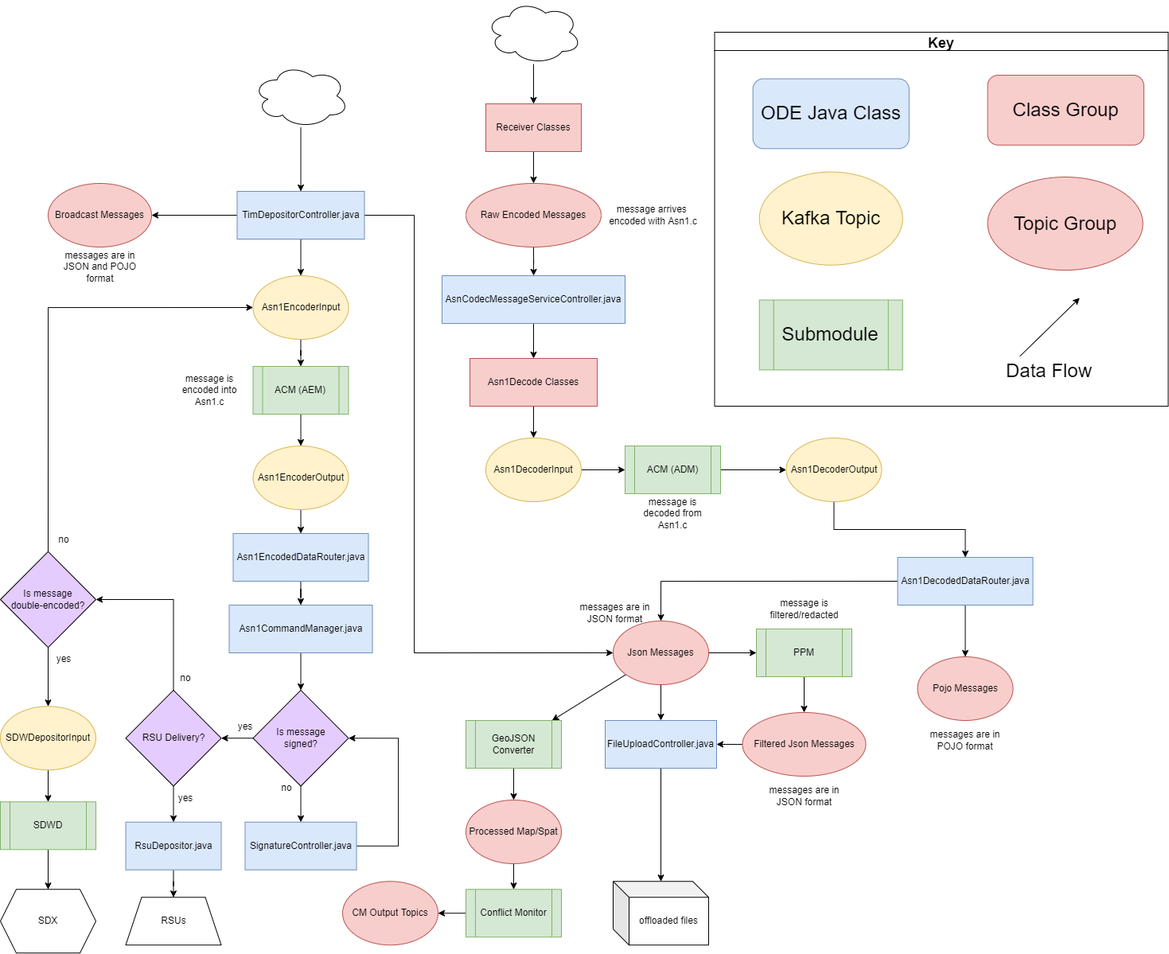
Before: docs/data-flow-diagrams/ODE Data Flow Overview.drawio.png, a diagram exported from draw.io (usdot-jpo-ode/jpo-ode). Source tidied: cells renumbered, new cells last; positions are measured from the earlier drawing's top-left corner, leaving out a move shared by most shapes.
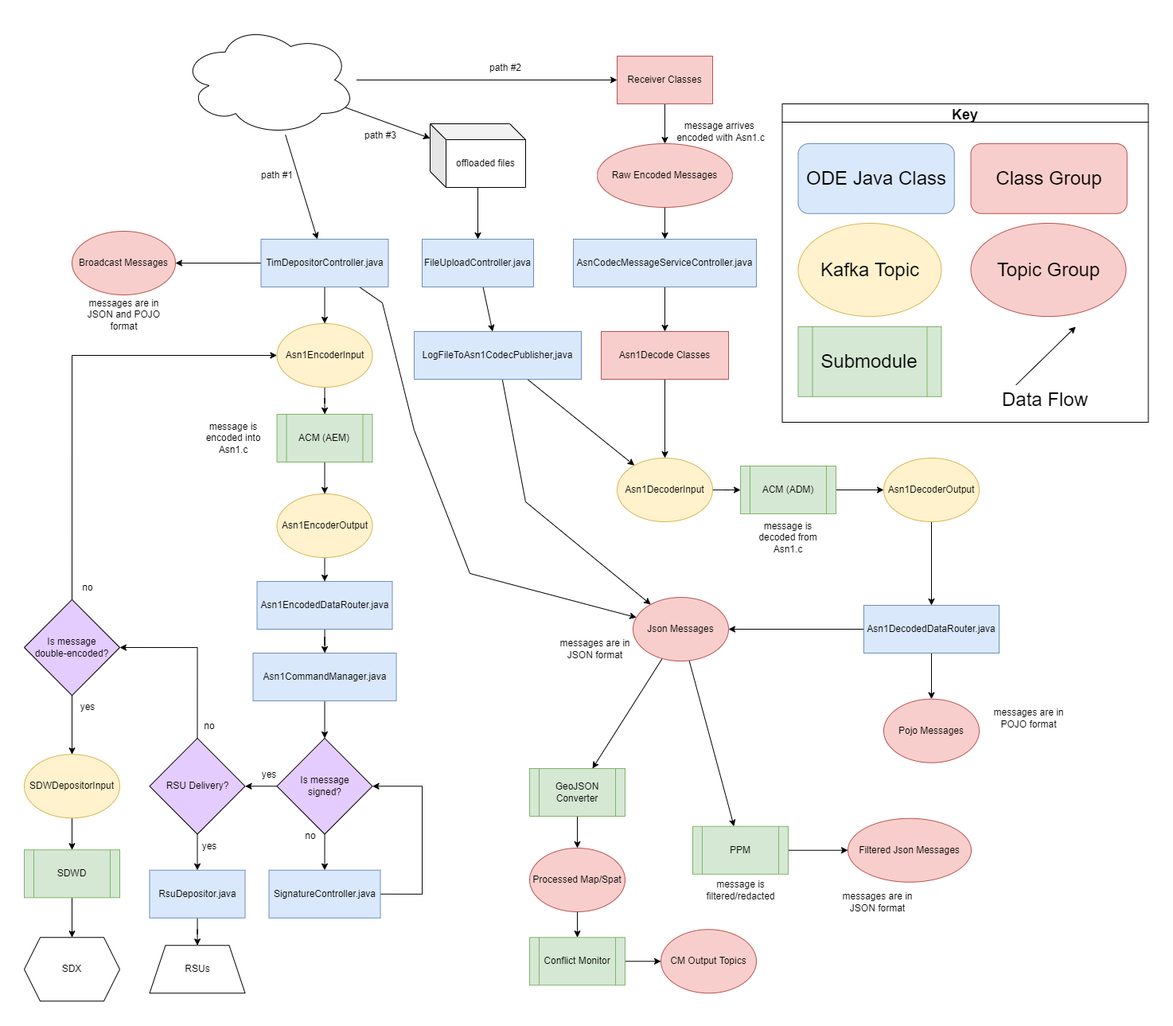
After the commit.

Commit message:
Updated data flow overview diagram to reflect 'offloaded files' input path

The edit, as a diff of the source:
```diff
@@ -4,3 +4,3 @@
     <mxCell id="1" parent="0" />
-    <mxCell id="2" style="edgeStyle=orthogonalEdgeStyle;rounded=0;jettySize=auto;html=1;entryX=0.5;entryY=0;entryDx=0;entryDy=0;exitX=0;exitY=0.5;exitDx=0;exitDy=0;" parent="1" edge="1" source="4" target="25">
+    <mxCell id="2" style="edgeStyle=orthogonalEdgeStyle;rounded=0;jettySize=auto;html=1;exitX=0;exitY=0.5;exitDx=0;exitDy=0;" parent="1" edge="1" source="4" target="25">
       <mxGeometry relative="1" as="geometry" />
@@ -11,5 +11,5 @@
     <mxCell id="4" value="Asn1DecodedDataRouter.java" style="rounded=0;whiteSpace=wrap;html=1;fillColor=#dae8fc;strokeColor=#6c8ebf;" parent="1" vertex="1">
-      <mxGeometry x="1127.5" y="700" width="170" height="60" as="geometry" />
+      <mxGeometry x="1055" y="700" width="170" height="60" as="geometry" />
     </mxCell>
-    <mxCell id="5" style="edgeStyle=orthogonalEdgeStyle;rounded=0;jettySize=auto;html=1;entryX=0;entryY=0.5;entryDx=0;entryDy=0;" parent="1" edge="1" source="6" target="12">
+    <mxCell id="5" style="edgeStyle=orthogonalEdgeStyle;rounded=0;jettySize=auto;html=1;" parent="1" edge="1" source="6" target="12">
       <mxGeometry relative="1" as="geometry" />
@@ -17,3 +17,3 @@
     <mxCell id="6" value="ACM (ADM)" style="shape=process;whiteSpace=wrap;html=1;backgroundOutline=1;fillColor=#d5e8d4;strokeColor=#82b366;" parent="1" vertex="1">
-      <mxGeometry x="785" y="560" width="120" height="60" as="geometry" />
+      <mxGeometry x="900" y="525" width="120" height="60" as="geometry" />
     </mxCell>
@@ -23,3 +23,3 @@
     <mxCell id="8" value="AsnCodecMessageServiceController.java" style="rounded=0;whiteSpace=wrap;html=1;fillColor=#dae8fc;strokeColor=#6c8ebf;" parent="1" vertex="1">
-      <mxGeometry x="555" y="346" width="230" height="60" as="geometry" />
+      <mxGeometry x="690" y="240" width="230" height="60" as="geometry" />
     </mxCell>
@@ -29,3 +29,3 @@
     <mxCell id="10" value="Asn1DecoderInput" style="ellipse;whiteSpace=wrap;html=1;fillColor=#fff2cc;strokeColor=#d6b656;" parent="1" vertex="1">
-      <mxGeometry x="610" y="550" width="120" height="80" as="geometry" />
+      <mxGeometry x="745" y="515" width="120" height="80" as="geometry" />
     </mxCell>
@@ -35,9 +35,9 @@
     <mxCell id="12" value="Asn1DecoderOutput" style="ellipse;whiteSpace=wrap;html=1;fillColor=#fff2cc;strokeColor=#d6b656;" parent="1" vertex="1">
-      <mxGeometry x="987.5" y="550" width="120" height="80" as="geometry" />
+      <mxGeometry x="1080" y="515" width="120" height="80" as="geometry" />
     </mxCell>
-    <mxCell id="13" style="edgeStyle=orthogonalEdgeStyle;rounded=0;jettySize=auto;html=1;" parent="1" edge="1" source="14" target="73">
-      <mxGeometry relative="1" as="geometry" />
-    </mxCell>
+    <mxCell id="98" style="rounded=0;jettySize=auto;html=1;" parent="1" edge="1" source="14" target="107">
+      <mxGeometry relative="1" as="geometry" />
+    </mxCell>
     <mxCell id="14" value="FileUploadController.java" style="rounded=0;whiteSpace=wrap;html=1;fillColor=#dae8fc;strokeColor=#6c8ebf;" parent="1" vertex="1">
-      <mxGeometry x="760" y="905" width="140" height="60" as="geometry" />
+      <mxGeometry x="500" y="240" width="140" height="60" as="geometry" />
     </mxCell>
@@ -47,3 +47,3 @@
     <mxCell id="16" value="Receiver Classes" style="rounded=0;whiteSpace=wrap;html=1;fillColor=#f8cecc;strokeColor=#b85450;" parent="1" vertex="1">
-      <mxGeometry x="610" y="130" width="120" height="60" as="geometry" />
+      <mxGeometry x="745" y="10" width="120" height="60" as="geometry" />
     </mxCell>
@@ -53,5 +53,5 @@
     <mxCell id="18" value="Raw Encoded Messages" style="ellipse;whiteSpace=wrap;html=1;fillColor=#f8cecc;strokeColor=#b85450;" parent="1" vertex="1">
-      <mxGeometry x="585" y="230" width="170" height="80" as="geometry" />
+      <mxGeometry x="720" y="120" width="170" height="80" as="geometry" />
     </mxCell>
-    <mxCell id="19" style="edgeStyle=orthogonalEdgeStyle;rounded=0;jettySize=auto;html=1;entryX=0.5;entryY=0;entryDx=0;entryDy=0;" parent="1" edge="1" source="20" target="10">
+    <mxCell id="19" style="rounded=0;jettySize=auto;html=1;" parent="1" edge="1" source="20" target="10">
       <mxGeometry relative="1" as="geometry" />
@@ -59,13 +59,10 @@
     <mxCell id="20" value="Asn1Decode Classes" style="rounded=0;whiteSpace=wrap;html=1;fillColor=#f8cecc;strokeColor=#b85450;" parent="1" vertex="1">
-      <mxGeometry x="590" y="450" width="160" height="60" as="geometry" />
+      <mxGeometry x="725" y="356" width="160" height="60" as="geometry" />
     </mxCell>
     <mxCell id="21" value="Pojo Messages" style="ellipse;whiteSpace=wrap;html=1;fillColor=#f8cecc;strokeColor=#b85450;" parent="1" vertex="1">
-      <mxGeometry x="1152.5" y="825" width="120" height="80" as="geometry" />
+      <mxGeometry x="1080" y="817.8" width="120" height="80" as="geometry" />
     </mxCell>
-    <mxCell id="22" style="edgeStyle=orthogonalEdgeStyle;rounded=0;jettySize=auto;html=1;" parent="1" edge="1" source="25" target="31">
+    <mxCell id="22" style="rounded=0;jettySize=auto;html=1;" parent="1" edge="1" source="25" target="31">
       <mxGeometry relative="1" as="geometry" />
     </mxCell>
-    <mxCell id="23" style="edgeStyle=orthogonalEdgeStyle;rounded=0;jettySize=auto;html=1;" parent="1" edge="1" source="25" target="14">
-      <mxGeometry relative="1" as="geometry" />
-    </mxCell>
     <mxCell id="24" style="rounded=0;jettySize=auto;html=1;" parent="1" edge="1" source="25" target="92">
@@ -74,3 +71,3 @@
     <mxCell id="25" value="Json Messages" style="ellipse;whiteSpace=wrap;html=1;fillColor=#f8cecc;strokeColor=#b85450;" parent="1" vertex="1">
-      <mxGeometry x="770" y="780" width="120" height="80" as="geometry" />
+      <mxGeometry x="765" y="690" width="120" height="80" as="geometry" />
     </mxCell>
@@ -82,7 +79,8 @@
     </mxCell>
-    <mxCell id="28" style="edgeStyle=orthogonalEdgeStyle;rounded=0;jettySize=auto;html=1;entryX=0;entryY=0.5;entryDx=0;entryDy=0;exitX=1;exitY=0.5;exitDx=0;exitDy=0;" parent="1" edge="1" source="29" target="25">
+    <mxCell id="28" style="rounded=0;jettySize=auto;html=1;" parent="1" edge="1" source="29" target="25">
       <mxGeometry relative="1" as="geometry">
         <Array as="points">
-          <mxPoint x="520" y="270" />
-          <mxPoint x="520" y="820" />
+          <mxPoint x="450" y="320" />
+          <mxPoint x="490" y="480" />
+          <mxPoint x="560" y="660" />
         </Array>
@@ -97,9 +95,6 @@
     <mxCell id="31" value="PPM" style="shape=process;whiteSpace=wrap;html=1;backgroundOutline=1;fillColor=#d5e8d4;strokeColor=#82b366;" parent="1" vertex="1">
-      <mxGeometry x="950" y="790" width="120" height="60" as="geometry" />
+      <mxGeometry x="840" y="977.8" width="120" height="60" as="geometry" />
     </mxCell>
-    <mxCell id="32" style="edgeStyle=orthogonalEdgeStyle;rounded=0;jettySize=auto;html=1;" parent="1" edge="1" source="33" target="14">
-      <mxGeometry relative="1" as="geometry" />
-    </mxCell>
     <mxCell id="33" value="Filtered Json Messages" style="ellipse;whiteSpace=wrap;html=1;fillColor=#f8cecc;strokeColor=#b85450;" parent="1" vertex="1">
-      <mxGeometry x="932.5" y="895" width="155" height="80" as="geometry" />
+      <mxGeometry x="1035" y="967.8" width="155" height="80" as="geometry" />
     </mxCell>
@@ -147,8 +142,2 @@
     </mxCell>
-    <mxCell id="48" style="edgeStyle=orthogonalEdgeStyle;rounded=0;jettySize=auto;html=1;" parent="1" edge="1" source="49" target="16">
-      <mxGeometry relative="1" as="geometry" />
-    </mxCell>
-    <mxCell id="49" style="ellipse;shape=cloud;whiteSpace=wrap;html=1;" parent="1" vertex="1">
-      <mxGeometry x="610" width="120" height="80" as="geometry" />
-    </mxCell>
     <mxCell id="50" value="Broadcast Messages" style="ellipse;whiteSpace=wrap;html=1;fillColor=#f8cecc;strokeColor=#b85450;" parent="1" vertex="1">
@@ -157,9 +146,9 @@
     <mxCell id="51" value="message arrives &lt;br&gt;encoded with Asn1.c" style="text;html=1;align=center;verticalAlign=middle;strokeColor=none;fillColor=none;" parent="1" vertex="1">
-      <mxGeometry x="755" y="255" width="130" height="30" as="geometry" />
+      <mxGeometry x="810" y="90" width="130" height="30" as="geometry" />
     </mxCell>
     <mxCell id="52" value="message is decoded from Asn1.c" style="text;html=1;strokeColor=none;fillColor=none;align=center;verticalAlign=middle;whiteSpace=wrap;rounded=0;" parent="1" vertex="1">
-      <mxGeometry x="790" y="620" width="110" height="50" as="geometry" />
+      <mxGeometry x="905" y="590" width="110" height="50" as="geometry" />
     </mxCell>
     <mxCell id="53" value="message is filtered/redacted" style="text;html=1;strokeColor=none;fillColor=none;align=center;verticalAlign=middle;whiteSpace=wrap;rounded=0;" parent="1" vertex="1">
-      <mxGeometry x="957.5" y="740" width="105" height="50" as="geometry" />
+      <mxGeometry x="847.5" y="1032.8" width="105" height="50" as="geometry" />
     </mxCell>
@@ -169,9 +158,9 @@
     <mxCell id="55" value="messages are in POJO format" style="text;html=1;strokeColor=none;fillColor=none;align=center;verticalAlign=middle;whiteSpace=wrap;rounded=0;" parent="1" vertex="1">
-      <mxGeometry x="1160" y="905" width="105" height="50" as="geometry" />
+      <mxGeometry x="1210" y="817" width="105" height="50" as="geometry" />
     </mxCell>
     <mxCell id="56" value="messages are in JSON format" style="text;html=1;strokeColor=none;fillColor=none;align=center;verticalAlign=middle;whiteSpace=wrap;rounded=0;" parent="1" vertex="1">
-      <mxGeometry x="720" y="745" width="105" height="50" as="geometry" />
+      <mxGeometry x="665" y="730" width="105" height="50" as="geometry" />
     </mxCell>
     <mxCell id="57" value="messages are in JSON format" style="text;html=1;strokeColor=none;fillColor=none;align=center;verticalAlign=middle;whiteSpace=wrap;rounded=0;" parent="1" vertex="1">
-      <mxGeometry x="957.5" y="975" width="105" height="50" as="geometry" />
+      <mxGeometry x="1020" y="1047.8" width="105" height="50" as="geometry" />
     </mxCell>
@@ -180,8 +169,2 @@
     </mxCell>
-    <mxCell id="59" style="edgeStyle=orthogonalEdgeStyle;rounded=0;jettySize=auto;html=1;" parent="1" edge="1" source="60" target="29">
-      <mxGeometry relative="1" as="geometry" />
-    </mxCell>
-    <mxCell id="60" style="ellipse;shape=cloud;whiteSpace=wrap;html=1;" parent="1" vertex="1">
-      <mxGeometry x="317.5" y="80" width="120" height="80" as="geometry" />
-    </mxCell>
     <mxCell id="61" value="RSUs" style="shape=trapezoid;perimeter=trapezoidPerimeter;whiteSpace=wrap;html=1;fixedSize=1;" parent="1" vertex="1">
@@ -190,28 +173,31 @@
     <mxCell id="62" value="Key" style="swimlane;labelBackgroundColor=none;fontSize=18;" parent="1" vertex="1">
-      <mxGeometry x="897.5" y="40" width="570" height="470" as="geometry" />
+      <mxGeometry x="952.5" y="70" width="460" height="400" as="geometry" />
     </mxCell>
-    <mxCell id="63" style="endArrow=classic;html=1;rounded=0;labelBackgroundColor=none;" parent="62" edge="1">
-      <mxGeometry relative="1" as="geometry">
-        <mxPoint x="383.8" y="407.2" as="sourcePoint" />
-        <mxPoint x="458.8" y="334" as="targetPoint" />
-      </mxGeometry>
-    </mxCell>
     <mxCell id="64" value="&lt;font style=&quot;font-size: 24px&quot;&gt;Kafka Topic&lt;/font&gt;" style="ellipse;whiteSpace=wrap;html=1;fillColor=#fff2cc;strokeColor=#d6b656;labelBackgroundColor=none;" parent="62" vertex="1">
-      <mxGeometry x="56.2" y="175.6" width="180" height="117.1" as="geometry" />
+      <mxGeometry x="20" y="150" width="180" height="117.1" as="geometry" />
     </mxCell>
     <mxCell id="65" value="&lt;font style=&quot;font-size: 24px&quot;&gt;ODE Java Class&lt;/font&gt;" style="rounded=1;whiteSpace=wrap;html=1;fillColor=#dae8fc;strokeColor=#6c8ebf;labelBackgroundColor=none;" parent="62" vertex="1">
-      <mxGeometry x="48.1" y="58.5" width="196.2" height="87.8" as="geometry" />
+      <mxGeometry x="20" y="50" width="196.2" height="87.8" as="geometry" />
     </mxCell>
     <mxCell id="66" value="&lt;font style=&quot;font-size: 24px&quot;&gt;Submodule&lt;/font&gt;" style="shape=process;whiteSpace=wrap;html=1;backgroundOutline=1;fillColor=#d5e8d4;strokeColor=#82b366;labelBackgroundColor=none;" parent="62" vertex="1">
-      <mxGeometry x="56.2" y="336.6" width="180" height="87.8" as="geometry" />
+      <mxGeometry x="20" y="280" width="180" height="87.8" as="geometry" />
     </mxCell>
+    <mxCell id="69" value="&lt;font style=&quot;font-size: 24px&quot;&gt;Class Group&lt;/font&gt;" style="rounded=1;whiteSpace=wrap;html=1;fillColor=#f8cecc;strokeColor=#b85450;labelBackgroundColor=none;" parent="62" vertex="1">
+      <mxGeometry x="237" y="50" width="196.2" height="87.8" as="geometry" />
+    </mxCell>
+    <mxCell id="68" value="&lt;font style=&quot;font-size: 24px&quot;&gt;Topic Group&lt;/font&gt;" style="ellipse;whiteSpace=wrap;html=1;fillColor=#f8cecc;strokeColor=#b85450;labelBackgroundColor=none;" parent="62" vertex="1">
+      <mxGeometry x="237" y="150" width="195" height="117.1" as="geometry" />
+    </mxCell>
+    <mxCell id="99" style="group;" parent="62" vertex="1">
+      <mxGeometry x="270" y="280" width="120" height="113.9" as="geometry" />
+    </mxCell>
+    <mxCell id="63" style="endArrow=classic;html=1;rounded=0;labelBackgroundColor=none;" parent="99" edge="1">
+      <mxGeometry relative="1" as="geometry">
+        <mxPoint x="23.8" y="73.2" as="sourcePoint" />
+        <mxPoint x="98.8" as="targetPoint" />
+      </mxGeometry>
+    </mxCell>
-    <mxCell id="67" value="&lt;font style=&quot;font-size: 24px&quot;&gt;Data Flow&lt;/font&gt;" style="text;html=1;strokeColor=none;fillColor=none;align=center;verticalAlign=middle;whiteSpace=wrap;rounded=0;labelBackgroundColor=none;" parent="62" vertex="1">
-      <mxGeometry x="360" y="404" width="120" height="43.9" as="geometry" />
+    <mxCell id="67" value="&lt;font style=&quot;font-size: 24px&quot;&gt;Data Flow&lt;/font&gt;" style="text;html=1;strokeColor=none;fillColor=none;align=center;verticalAlign=middle;whiteSpace=wrap;rounded=0;labelBackgroundColor=none;" parent="99" vertex="1">
+      <mxGeometry y="70" width="120" height="43.9" as="geometry" />
     </mxCell>
-    <mxCell id="68" value="&lt;font style=&quot;font-size: 24px&quot;&gt;Topic Group&lt;/font&gt;" style="ellipse;whiteSpace=wrap;html=1;fillColor=#f8cecc;strokeColor=#b85450;labelBackgroundColor=none;" parent="1" vertex="1">
-      <mxGeometry x="1240.6" y="222" width="195" height="117.1" as="geometry" />
-    </mxCell>
-    <mxCell id="69" value="&lt;font style=&quot;font-size: 24px&quot;&gt;Class Group&lt;/font&gt;" style="rounded=1;whiteSpace=wrap;html=1;fillColor=#f8cecc;strokeColor=#b85450;labelBackgroundColor=none;" parent="1" vertex="1">
-      <mxGeometry x="1240.6" y="94" width="196.2" height="87.8" as="geometry" />
-    </mxCell>
     <mxCell id="70" value="SDX" style="shape=hexagon;perimeter=hexagonPerimeter2;whiteSpace=wrap;html=1;fixedSize=1;" parent="1" vertex="1">
@@ -225,4 +211,7 @@
     </mxCell>
+    <mxCell id="100" style="edgeStyle=orthogonalEdgeStyle;rounded=0;jettySize=auto;html=1;" parent="1" edge="1" source="73" target="14">
+      <mxGeometry relative="1" as="geometry" />
+    </mxCell>
     <mxCell id="73" value="offloaded files" style="shape=cube;whiteSpace=wrap;html=1;boundedLbl=1;backgroundOutline=1;darkOpacity=0.05;darkOpacity2=0.1;" parent="1" vertex="1">
-      <mxGeometry x="770" y="1107.2" width="120" height="80" as="geometry" />
+      <mxGeometry x="510" y="95" width="120" height="80" as="geometry" />
     </mxCell>
@@ -288,3 +277,3 @@
     <mxCell id="92" value="GeoJSON Converter" style="shape=process;whiteSpace=wrap;html=1;backgroundOutline=1;fillColor=#d5e8d4;strokeColor=#82b366;" parent="1" vertex="1">
-      <mxGeometry x="585" y="905" width="120" height="60" as="geometry" />
+      <mxGeometry x="635" y="905" width="120" height="60" as="geometry" />
     </mxCell>
@@ -294,3 +283,3 @@
     <mxCell id="94" value="Processed Map/Spat" style="ellipse;whiteSpace=wrap;html=1;fillColor=#f8cecc;strokeColor=#b85450;" parent="1" vertex="1">
-      <mxGeometry x="585" y="1005" width="120" height="80" as="geometry" />
+      <mxGeometry x="635" y="1005" width="120" height="80" as="geometry" />
     </mxCell>
@@ -300,7 +289,41 @@
     <mxCell id="96" value="Conflict Monitor" style="shape=process;whiteSpace=wrap;html=1;backgroundOutline=1;fillColor=#d5e8d4;strokeColor=#82b366;" parent="1" vertex="1">
-      <mxGeometry x="585" y="1117.2" width="120" height="60" as="geometry" />
+      <mxGeometry x="635" y="1117.2" width="120" height="60" as="geometry" />
     </mxCell>
     <mxCell id="97" value="CM Output Topics" style="ellipse;whiteSpace=wrap;html=1;fillColor=#f8cecc;strokeColor=#b85450;" parent="1" vertex="1">
-      <mxGeometry x="430" y="1107.2" width="120" height="80" as="geometry" />
+      <mxGeometry x="800" y="1107.2" width="120" height="80" as="geometry" />
     </mxCell>
+    <mxCell id="101" style="rounded=0;jettySize=auto;html=1;" parent="1" edge="1" source="104" target="73">
+      <mxGeometry relative="1" as="geometry" />
+    </mxCell>
+    <mxCell id="102" style="edgeStyle=none;rounded=0;jettySize=auto;html=1;" parent="1" edge="1" source="104" target="16">
+      <mxGeometry relative="1" as="geometry" />
+    </mxCell>
+    <mxCell id="103" style="edgeStyle=none;rounded=0;jettySize=auto;html=1;" parent="1" edge="1" source="104" target="29">
+      <mxGeometry relative="1" as="geometry" />
+    </mxCell>
+    <mxCell id="104" style="ellipse;shape=cloud;whiteSpace=wrap;html=1;" parent="1" vertex="1">
+      <mxGeometry x="197.5" y="-30" width="220" height="140" as="geometry" />
+    </mxCell>
+    <mxCell id="105" style="edgeStyle=none;rounded=0;jettySize=auto;html=1;" parent="1" edge="1" source="107" target="10">
+      <mxGeometry relative="1" as="geometry" />
+    </mxCell>
+    <mxCell id="106" style="edgeStyle=none;rounded=0;jettySize=auto;html=1;" parent="1" edge="1" source="107" target="25">
+      <mxGeometry relative="1" as="geometry">
+        <Array as="points">
+          <mxPoint x="630" y="570" />
+        </Array>
+      </mxGeometry>
+    </mxCell>
+    <mxCell id="107" value="LogFileToAsn1CodecPublisher,java" style="rounded=0;whiteSpace=wrap;html=1;fillColor=#dae8fc;strokeColor=#6c8ebf;" parent="1" vertex="1">
+      <mxGeometry x="490" y="356" width="210" height="60" as="geometry" />
+    </mxCell>
+    <mxCell id="108" value="path #1" style="text;html=1;strokeColor=none;fillColor=none;align=center;verticalAlign=middle;whiteSpace=wrap;rounded=0;" parent="1" vertex="1">
+      <mxGeometry x="287.5" y="145" width="60" height="30" as="geometry" />
+    </mxCell>
+    <mxCell id="109" value="path #2" style="text;html=1;strokeColor=none;fillColor=none;align=center;verticalAlign=middle;whiteSpace=wrap;rounded=0;" parent="1" vertex="1">
+      <mxGeometry x="575" y="10" width="60" height="30" as="geometry" />
+    </mxCell>
+    <mxCell id="110" value="path #3" style="text;html=1;strokeColor=none;fillColor=none;align=center;verticalAlign=middle;whiteSpace=wrap;rounded=0;" parent="1" vertex="1">
+      <mxGeometry x="417.5" y="95" width="60" height="30" as="geometry" />
+    </mxCell>
   </root>
```
